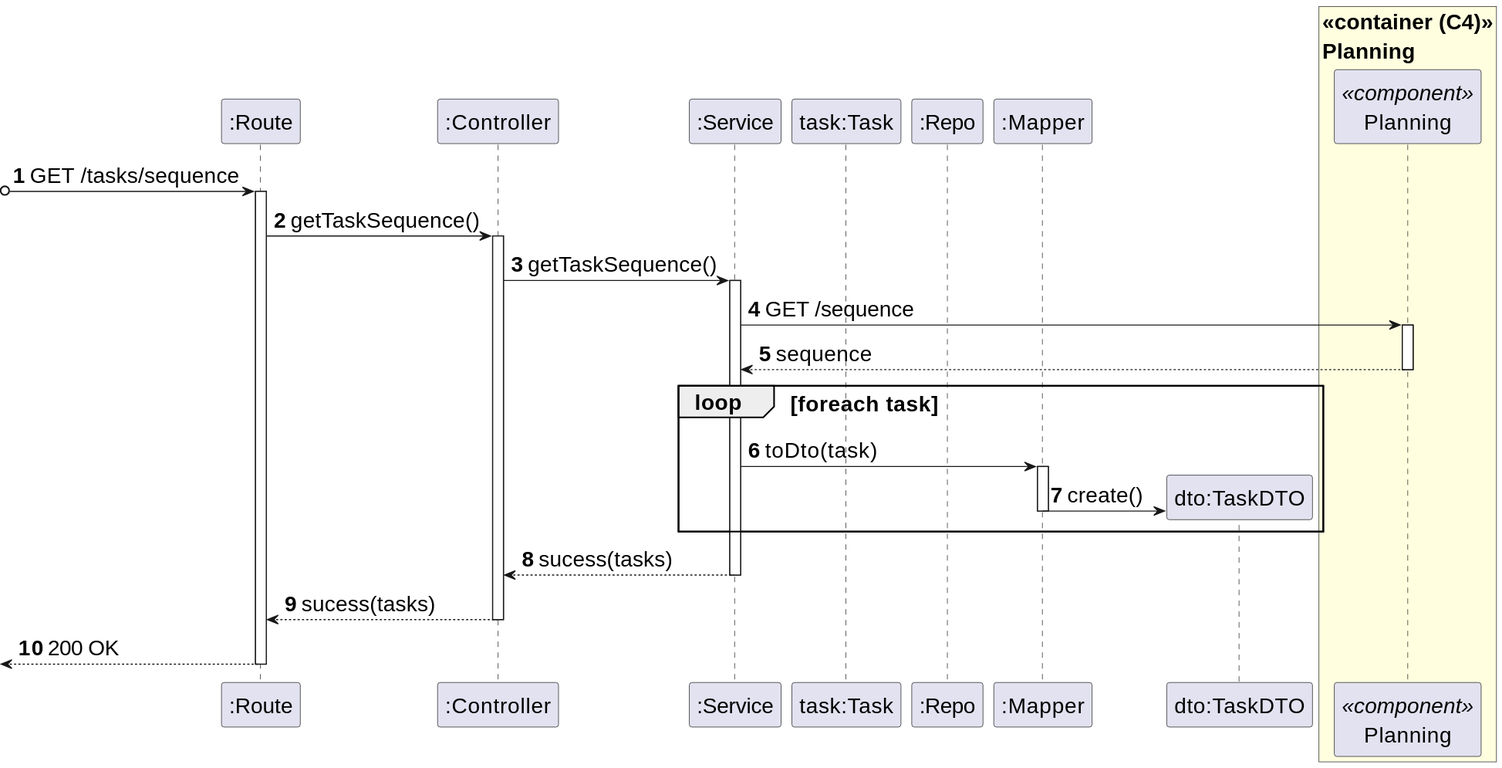
This is _wiki/sprint-c/us-500/views/level-3/assets/process-view.svg from miseEnPlace-dev/lapr5, a PlantUML export, as it was before one commit.
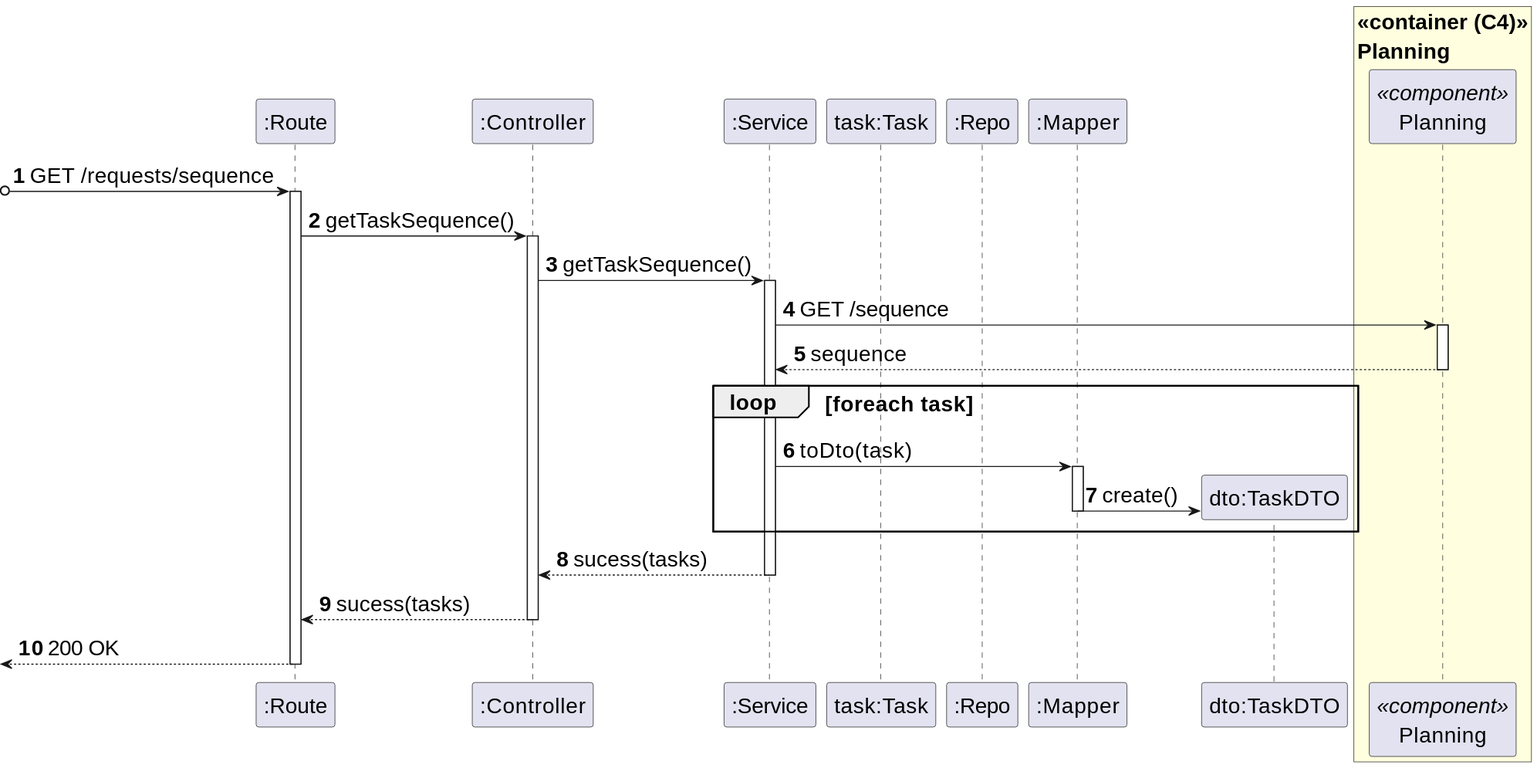
The same diagram one commit later.

What changed in the source:
```diff
@@ -13,7 +13,7 @@
   participant P as "Planning" <<component>>
 end box
 
-?o-> ROUTE : GET /tasks/sequence
+?o-> ROUTE : GET /requests/sequence
 activate ROUTE
 
 ROUTE -> CTRL : getTaskSequence()
```
